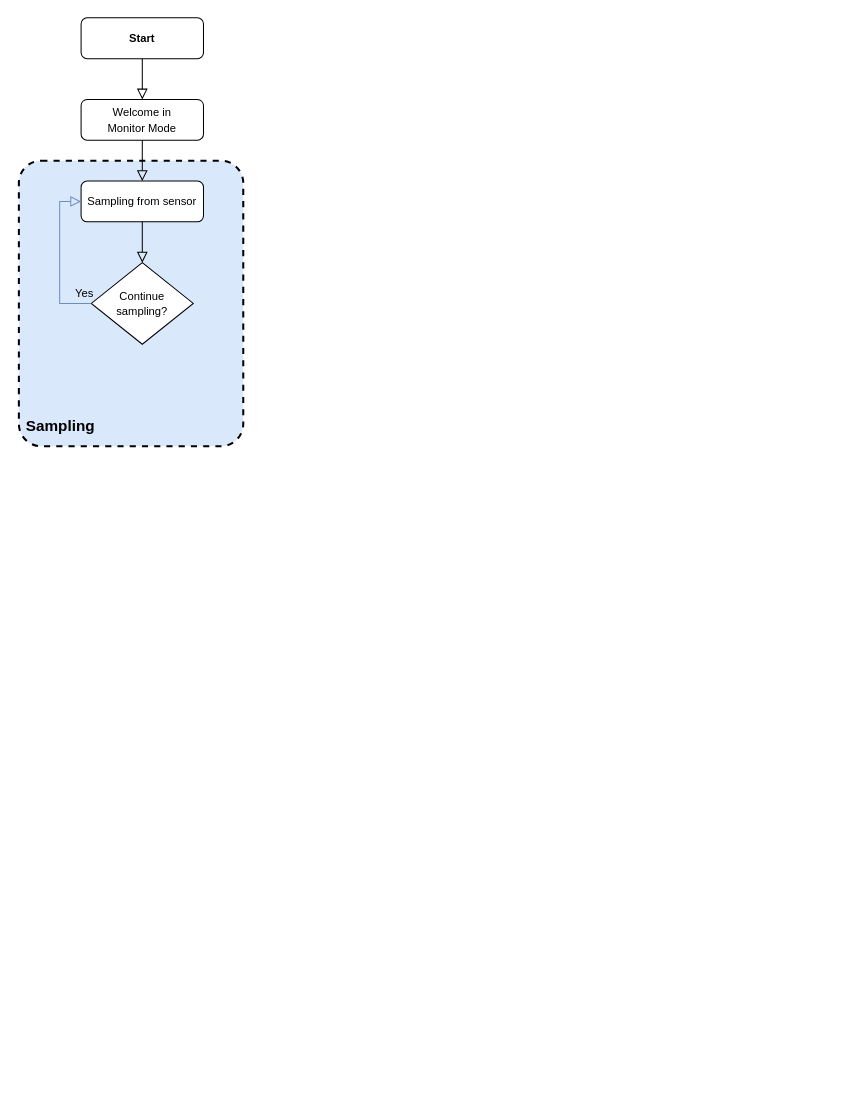
This is docs/monitor_mode_rules.drawio from francescoperagine/GreMaES, a draw.io file, before an edit. Source tidied: cells renumbered, new cells numbered last; positions are measured from the earlier drawing's top-left corner, leaving out a move shared by most shapes. Both pictures are drawn from the tidied source at 102%, with x=0, y=0 at pixel (18, 17).
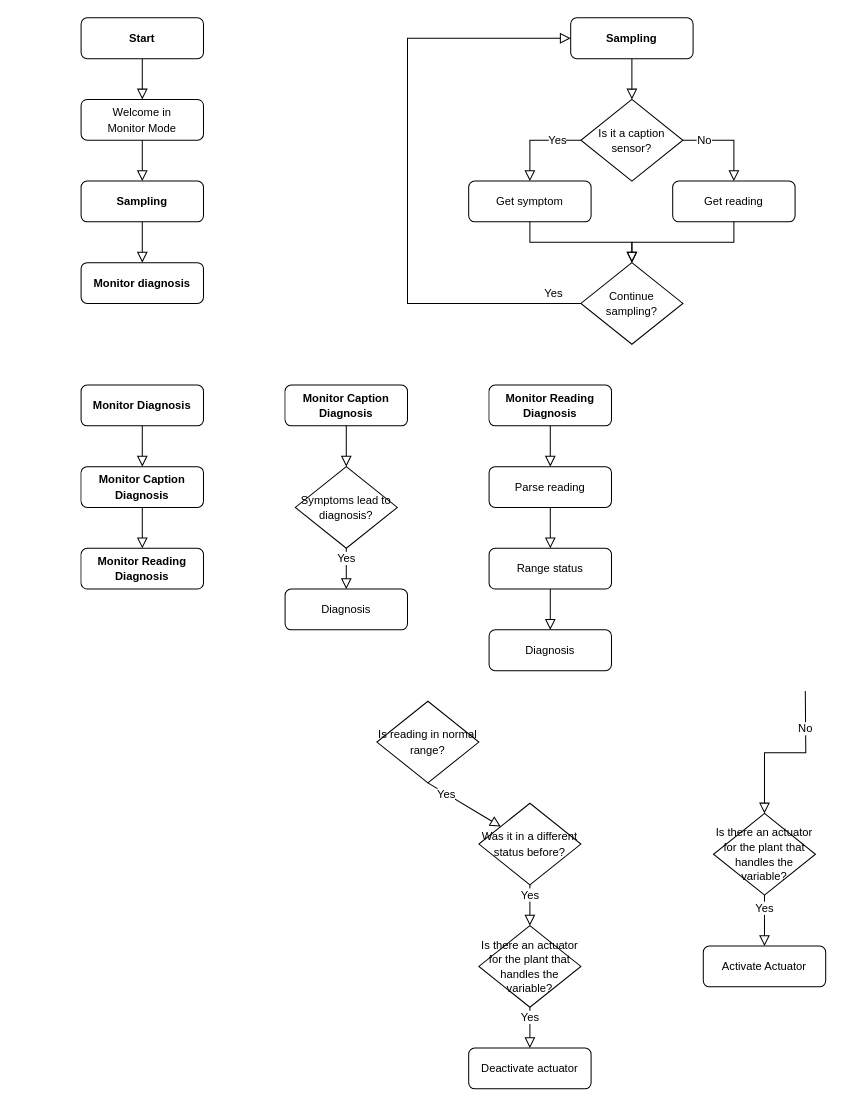
After the change.

Commit message (it also covers changes not shown here):
refactoring, fixed actuator bug.

Diff of the diagram source:
```diff
@@
-    <mxCell id="2" style="rounded=1;whiteSpace=wrap;dashed=1;fillColor=#dae8fc;arcSize=10;horizontal=1;verticalAlign=top;labelPosition=left;verticalLabelPosition=middle;align=right;html=1;fontSize=15;fontStyle=1;spacingLeft=0;spacingTop=0;spacing=0;spacingRight=-31;strokeColor=default;strokeWidth=2;" parent="1" vertex="1">
-      <mxGeometry y="140" width="220" height="280" as="geometry" />
-    </mxCell>
-    <mxCell id="3" value="&lt;span style=&quot;font-size: 11px;&quot;&gt;Sampling from sensor&lt;br&gt;&lt;/span&gt;" style="rounded=1;whiteSpace=wrap;html=1;fontSize=12;glass=0;strokeWidth=1;shadow=0;fontStyle=0;labelBackgroundColor=default;labelBorderColor=none;" parent="1" vertex="1">
+    <mxCell id="3" value="&lt;span style=&quot;font-size: 11px;&quot;&gt;Sampling&lt;br&gt;&lt;/span&gt;" style="rounded=1;whiteSpace=wrap;html=1;fontSize=12;glass=0;strokeWidth=1;shadow=0;fontStyle=1;labelBackgroundColor=default;labelBorderColor=none;" parent="1" vertex="1">
       <mxGeometry x="61" y="160" width="120" height="40" as="geometry" />
     </mxCell>
-    <mxCell id="4" style="rounded=0;html=1;jettySize=auto;fontSize=11;endArrow=block;endFill=0;endSize=8;strokeWidth=1;shadow=0;labelBackgroundColor=default;edgeStyle=orthogonalEdgeStyle;" parent="1" edge="1" source="3" target="5">
+    <mxCell id="4" style="rounded=0;html=1;jettySize=auto;fontSize=11;endArrow=block;endFill=0;endSize=8;strokeWidth=1;shadow=0;labelBackgroundColor=default;edgeStyle=orthogonalEdgeStyle;" parent="1" edge="1" source="3" target="18">
       <mxGeometry x="-0.33" relative="1" as="geometry" />
     </mxCell>
-    <mxCell id="5" value="&lt;span style=&quot;font-size: 11px;&quot;&gt;Continue&lt;br&gt;sampling?&lt;/span&gt;" style="rhombus;whiteSpace=wrap;html=1;" parent="1" vertex="1">
-      <mxGeometry x="71" y="240" width="100" height="80" as="geometry" />
-    </mxCell>
-    <mxCell id="6" value="Yes" style="rounded=0;html=1;jettySize=auto;fontSize=11;endArrow=block;endFill=0;endSize=8;strokeWidth=1;shadow=0;labelBackgroundColor=none;edgeStyle=elbowEdgeStyle;entryX=0;entryY=0.5;entryDx=0;entryDy=0;fillColor=#dae8fc;strokeColor=#6c8ebf;exitX=0;exitY=0.5;exitDx=0;exitDy=0;" parent="1" edge="1" source="5" target="3">
-      <mxGeometry x="-0.91" y="-10" relative="1" as="geometry">
-        <Array as="points">
-          <mxPoint x="40" y="270" />
-        </Array>
-      </mxGeometry>
-    </mxCell>
@@
-    <mxCell id="11" value="Sampling" style="text;html=1;strokeColor=none;fillColor=none;align=center;verticalAlign=middle;whiteSpace=wrap;rounded=0;dashed=1;strokeWidth=2;fontSize=15;fontColor=#000000;fontStyle=1;" parent="1" vertex="1">
-      <mxGeometry x="11" y="385" width="60" height="30" as="geometry" />
+    <mxCell id="11" value="&lt;span style=&quot;font-size: 11px;&quot;&gt;Sampling&lt;br&gt;&lt;/span&gt;" style="rounded=1;whiteSpace=wrap;html=1;fontSize=12;glass=0;strokeWidth=1;shadow=0;fontStyle=1;labelBackgroundColor=default;labelBorderColor=none;" parent="1" vertex="1">
+      <mxGeometry x="541" width="120" height="40" as="geometry" />
     </mxCell>
+    <mxCell id="12" value="&lt;span style=&quot;font-size: 11px;&quot;&gt;Is it a caption sensor?&lt;/span&gt;" style="rhombus;whiteSpace=wrap;html=1;" parent="1" vertex="1">
+      <mxGeometry x="551" y="80" width="100" height="80" as="geometry" />
+    </mxCell>
+    <mxCell id="13" style="rounded=0;html=1;jettySize=auto;fontSize=11;endArrow=block;endFill=0;endSize=8;strokeWidth=1;shadow=0;labelBackgroundColor=default;edgeStyle=orthogonalEdgeStyle;" parent="1" edge="1" source="11" target="12">
+      <mxGeometry x="-0.33" relative="1" as="geometry" />
+    </mxCell>
+    <mxCell id="14" value="Yes" style="rounded=0;html=1;jettySize=auto;fontSize=11;endArrow=block;endFill=0;endSize=8;strokeWidth=1;shadow=0;labelBackgroundColor=default;fillColor=#dae8fc;strokeColor=#000000;exitX=0;exitY=0.5;exitDx=0;exitDy=0;entryX=0.5;entryY=0;entryDx=0;entryDy=0;edgeStyle=orthogonalEdgeStyle;" parent="1" edge="1" source="12" target="16">
+      <mxGeometry x="-0.5" relative="1" as="geometry" />
+    </mxCell>
+    <mxCell id="15" value="No" style="rounded=0;html=1;jettySize=auto;fontSize=11;endArrow=block;endFill=0;endSize=8;strokeWidth=1;shadow=0;labelBackgroundColor=default;fillColor=#dae8fc;strokeColor=#000000;exitX=1;exitY=0.5;exitDx=0;exitDy=0;edgeStyle=orthogonalEdgeStyle;entryX=0.5;entryY=0;entryDx=0;entryDy=0;" parent="1" edge="1" source="12" target="17">
+      <mxGeometry x="-0.54" relative="1" as="geometry" />
+    </mxCell>
+    <mxCell id="16" value="&lt;span style=&quot;font-size: 11px;&quot;&gt;Get symptom&lt;br&gt;&lt;/span&gt;" style="rounded=1;whiteSpace=wrap;html=1;fontSize=12;glass=0;strokeWidth=1;shadow=0;fontStyle=0;labelBackgroundColor=default;labelBorderColor=none;" parent="1" vertex="1">
+      <mxGeometry x="441" y="160" width="120" height="40" as="geometry" />
+    </mxCell>
+    <mxCell id="17" value="&lt;span style=&quot;font-size: 11px;&quot;&gt;Get reading&lt;br&gt;&lt;/span&gt;" style="rounded=1;whiteSpace=wrap;html=1;fontSize=12;glass=0;strokeWidth=1;shadow=0;fontStyle=0;labelBackgroundColor=default;labelBorderColor=none;" parent="1" vertex="1">
+      <mxGeometry x="641" y="160" width="120" height="40" as="geometry" />
+    </mxCell>
+    <mxCell id="18" value="&lt;span style=&quot;font-size: 11px;&quot;&gt;Monitor diagnosis&lt;br&gt;&lt;/span&gt;" style="rounded=1;whiteSpace=wrap;html=1;fontSize=12;glass=0;strokeWidth=1;shadow=0;fontStyle=1;labelBackgroundColor=default;labelBorderColor=none;" parent="1" vertex="1">
+      <mxGeometry x="61" y="240" width="120" height="40" as="geometry" />
+    </mxCell>
+    <mxCell id="19" value="&lt;span style=&quot;font-size: 11px;&quot;&gt;Monitor&amp;nbsp;&lt;/span&gt;&lt;span style=&quot;font-size: 11px;&quot;&gt;Caption Diagnosis&lt;br&gt;&lt;/span&gt;" style="rounded=1;whiteSpace=wrap;html=1;fontSize=12;glass=0;strokeWidth=1;shadow=0;fontStyle=1;labelBackgroundColor=default;labelBorderColor=none;" parent="1" vertex="1">
+      <mxGeometry x="61" y="440" width="120" height="40" as="geometry" />
+    </mxCell>
+    <mxCell id="20" value="&lt;span style=&quot;font-size: 11px;&quot;&gt;Monitor&amp;nbsp;&lt;/span&gt;&lt;span style=&quot;font-size: 11px;&quot;&gt;Reading Diagnosis&lt;br&gt;&lt;/span&gt;" style="rounded=1;whiteSpace=wrap;html=1;fontSize=12;glass=0;strokeWidth=1;shadow=0;fontStyle=1;labelBackgroundColor=default;labelBorderColor=none;" parent="1" vertex="1">
+      <mxGeometry x="61" y="520" width="120" height="40" as="geometry" />
+    </mxCell>
+    <mxCell id="21" value="Yes" style="rounded=0;html=1;jettySize=auto;fontSize=11;endArrow=block;endFill=0;endSize=8;strokeWidth=1;shadow=0;labelBackgroundColor=none;edgeStyle=elbowEdgeStyle;fillColor=#dae8fc;strokeColor=#000000;entryX=0;entryY=0.5;entryDx=0;entryDy=0;exitX=0;exitY=0.5;exitDx=0;exitDy=0;" parent="1" edge="1" source="5" target="11">
+      <mxGeometry x="-0.91" y="-10" relative="1" as="geometry">
+        <Array as="points">
+          <mxPoint x="381" y="130" />
+        </Array>
+      </mxGeometry>
+    </mxCell>
+    <mxCell id="5" value="&lt;span style=&quot;font-size: 11px;&quot;&gt;Continue&lt;br&gt;sampling?&lt;/span&gt;" style="rhombus;whiteSpace=wrap;html=1;" parent="1" vertex="1">
+      <mxGeometry x="551" y="240" width="100" height="80" as="geometry" />
+    </mxCell>
+    <mxCell id="22" style="rounded=0;html=1;jettySize=auto;fontSize=11;endArrow=block;endFill=0;endSize=8;strokeWidth=1;shadow=0;labelBackgroundColor=none;edgeStyle=orthogonalEdgeStyle;exitX=0.5;exitY=1;exitDx=0;exitDy=0;entryX=0.5;entryY=0;entryDx=0;entryDy=0;" parent="1" edge="1" source="16" target="5">
+      <mxGeometry x="-0.67" y="9" relative="1" as="geometry" />
+    </mxCell>
+    <mxCell id="23" style="rounded=0;html=1;jettySize=auto;fontSize=11;endArrow=block;endFill=0;endSize=8;strokeWidth=1;shadow=0;labelBackgroundColor=none;edgeStyle=orthogonalEdgeStyle;exitX=0.5;exitY=1;exitDx=0;exitDy=0;" parent="1" edge="1" source="17" target="5">
+      <mxGeometry x="-0.67" y="9" relative="1" as="geometry" />
+    </mxCell>
+    <mxCell id="24" value="&lt;span style=&quot;font-size: 11px;&quot;&gt;Monitor Diagnosis&lt;br&gt;&lt;/span&gt;" style="rounded=1;whiteSpace=wrap;html=1;fontSize=12;glass=0;strokeWidth=1;shadow=0;fontStyle=1;labelBackgroundColor=default;labelBorderColor=none;" parent="1" vertex="1">
+      <mxGeometry x="61" y="360" width="120" height="40" as="geometry" />
+    </mxCell>
+    <mxCell id="25" style="rounded=0;html=1;jettySize=auto;fontSize=11;endArrow=block;endFill=0;endSize=8;strokeWidth=1;shadow=0;labelBackgroundColor=default;edgeStyle=orthogonalEdgeStyle;entryX=0.5;entryY=0;entryDx=0;entryDy=0;exitX=0.5;exitY=1;exitDx=0;exitDy=0;" parent="1" edge="1" source="24" target="19">
+      <mxGeometry x="-0.33" relative="1" as="geometry" />
+    </mxCell>
+    <mxCell id="26" style="rounded=0;html=1;jettySize=auto;fontSize=11;endArrow=block;endFill=0;endSize=8;strokeWidth=1;shadow=0;labelBackgroundColor=default;edgeStyle=orthogonalEdgeStyle;entryX=0.5;entryY=0;entryDx=0;entryDy=0;exitX=0.5;exitY=1;exitDx=0;exitDy=0;" parent="1" edge="1" source="19" target="20">
+      <mxGeometry x="-0.33" relative="1" as="geometry" />
+    </mxCell>
+    <mxCell id="27" value="&lt;span style=&quot;font-size: 11px;&quot;&gt;Monitor Caption Diagnosis&lt;br&gt;&lt;/span&gt;" style="rounded=1;whiteSpace=wrap;html=1;fontSize=12;glass=0;strokeWidth=1;shadow=0;fontStyle=1;labelBackgroundColor=default;labelBorderColor=none;" parent="1" vertex="1">
+      <mxGeometry x="261" y="360" width="120" height="40" as="geometry" />
+    </mxCell>
+    <mxCell id="28" value="&lt;span style=&quot;font-size: 11px;&quot;&gt;Diagnosis&lt;br&gt;&lt;/span&gt;" style="rounded=1;whiteSpace=wrap;html=1;fontSize=12;glass=0;strokeWidth=1;shadow=0;fontStyle=0;labelBackgroundColor=default;labelBorderColor=none;" parent="1" vertex="1">
+      <mxGeometry x="261" y="560" width="120" height="40" as="geometry" />
+    </mxCell>
+    <mxCell id="29" value="&lt;span style=&quot;font-size: 11px;&quot;&gt;Symptoms lead to diagnosis?&lt;/span&gt;" style="rhombus;whiteSpace=wrap;html=1;" parent="1" vertex="1">
+      <mxGeometry x="271" y="440" width="100" height="80" as="geometry" />
+    </mxCell>
+    <mxCell id="30" style="rounded=0;html=1;jettySize=auto;fontSize=11;endArrow=block;endFill=0;endSize=8;strokeWidth=1;shadow=0;labelBackgroundColor=default;edgeStyle=orthogonalEdgeStyle;exitX=0.5;exitY=1;exitDx=0;exitDy=0;" parent="1" edge="1" source="27" target="29">
+      <mxGeometry x="-0.33" relative="1" as="geometry" />
+    </mxCell>
+    <mxCell id="31" value="Yes" style="rounded=0;html=1;jettySize=auto;fontSize=11;endArrow=block;endFill=0;endSize=8;strokeWidth=1;shadow=0;labelBackgroundColor=default;fillColor=#dae8fc;strokeColor=#000000;exitX=0.5;exitY=1;exitDx=0;exitDy=0;" parent="1" edge="1" source="29" target="28">
+      <mxGeometry x="-0.5" relative="1" as="geometry" />
+    </mxCell>
+    <mxCell id="32" value="&lt;span style=&quot;font-size: 11px;&quot;&gt;Monitor Reading Diagnosis&lt;br&gt;&lt;/span&gt;" style="rounded=1;whiteSpace=wrap;html=1;fontSize=12;glass=0;strokeWidth=1;shadow=0;fontStyle=1;labelBackgroundColor=default;labelBorderColor=none;" parent="1" vertex="1">
+      <mxGeometry x="461" y="360" width="120" height="40" as="geometry" />
+    </mxCell>
+    <mxCell id="33" value="&lt;span style=&quot;font-size: 11px;&quot;&gt;Parse reading&lt;br&gt;&lt;/span&gt;" style="rounded=1;whiteSpace=wrap;html=1;fontSize=12;glass=0;strokeWidth=1;shadow=0;fontStyle=0;labelBackgroundColor=default;labelBorderColor=none;" parent="1" vertex="1">
+      <mxGeometry x="461" y="440" width="120" height="40" as="geometry" />
+    </mxCell>
+    <mxCell id="34" value="&lt;span style=&quot;font-size: 11px;&quot;&gt;Is reading in normal range?&lt;/span&gt;" style="rhombus;whiteSpace=wrap;html=1;" parent="1" vertex="1">
+      <mxGeometry x="351" y="670" width="100" height="80" as="geometry" />
+    </mxCell>
+    <mxCell id="35" style="rounded=0;html=1;jettySize=auto;fontSize=11;endArrow=block;endFill=0;endSize=8;strokeWidth=1;shadow=0;labelBackgroundColor=default;edgeStyle=orthogonalEdgeStyle;exitX=0.5;exitY=1;exitDx=0;exitDy=0;" parent="1" edge="1" source="32" target="33">
+      <mxGeometry x="-0.33" relative="1" as="geometry" />
+    </mxCell>
+    <mxCell id="36" value="No" style="rounded=0;html=1;jettySize=auto;fontSize=11;endArrow=block;endFill=0;endSize=8;strokeWidth=1;shadow=0;labelBackgroundColor=default;fillColor=#dae8fc;strokeColor=#000000;edgeStyle=orthogonalEdgeStyle;entryX=0.5;entryY=0;entryDx=0;entryDy=0;" parent="1" edge="1" target="37">
+      <mxGeometry x="-0.54" relative="1" as="geometry">
+        <mxPoint x="771" y="660" as="sourcePoint" />
+      </mxGeometry>
+    </mxCell>
+    <mxCell id="37" value="&lt;span style=&quot;font-size: 11px;&quot;&gt;Is there an actuator for the plant that handles the variable?&lt;/span&gt;" style="rhombus;whiteSpace=wrap;html=1;" parent="1" vertex="1">
+      <mxGeometry x="681" y="780" width="100" height="80" as="geometry" />
+    </mxCell>
+    <mxCell id="38" value="Yes" style="rounded=0;html=1;jettySize=auto;fontSize=11;endArrow=block;endFill=0;endSize=8;strokeWidth=1;shadow=0;labelBackgroundColor=default;fillColor=#dae8fc;strokeColor=#000000;exitX=0.5;exitY=1;exitDx=0;exitDy=0;" parent="1" edge="1" source="37" target="39">
+      <mxGeometry x="-0.5" relative="1" as="geometry" />
+    </mxCell>
+    <mxCell id="39" value="&lt;span style=&quot;font-size: 11px;&quot;&gt;Activate Actuator&lt;br&gt;&lt;/span&gt;" style="rounded=1;whiteSpace=wrap;html=1;fontSize=12;glass=0;strokeWidth=1;shadow=0;fontStyle=0;labelBackgroundColor=default;labelBorderColor=none;" parent="1" vertex="1">
+      <mxGeometry x="671" y="910" width="120" height="40" as="geometry" />
+    </mxCell>
+    <mxCell id="40" value="&lt;span style=&quot;font-size: 11px;&quot;&gt;Was it in a different status before?&lt;/span&gt;" style="rhombus;whiteSpace=wrap;html=1;" parent="1" vertex="1">
+      <mxGeometry x="451" y="770" width="100" height="80" as="geometry" />
+    </mxCell>
+    <mxCell id="41" value="Yes" style="rounded=0;html=1;jettySize=auto;fontSize=11;endArrow=block;endFill=0;endSize=8;strokeWidth=1;shadow=0;labelBackgroundColor=default;fillColor=#dae8fc;strokeColor=#000000;exitX=0.5;exitY=1;exitDx=0;exitDy=0;" parent="1" edge="1" source="34" target="40">
+      <mxGeometry x="-0.5" relative="1" as="geometry" />
+    </mxCell>
+    <mxCell id="42" value="Yes" style="rounded=0;html=1;jettySize=auto;fontSize=11;endArrow=block;endFill=0;endSize=8;strokeWidth=1;shadow=0;labelBackgroundColor=default;fillColor=#dae8fc;strokeColor=#000000;exitX=0.5;exitY=1;exitDx=0;exitDy=0;entryX=0.5;entryY=0;entryDx=0;entryDy=0;" parent="1" edge="1" source="40" target="44">
+      <mxGeometry x="-0.5" relative="1" as="geometry" />
+    </mxCell>
+    <mxCell id="43" value="&lt;span style=&quot;font-size: 11px;&quot;&gt;Deactivate actuator&lt;br&gt;&lt;/span&gt;" style="rounded=1;whiteSpace=wrap;html=1;fontSize=12;glass=0;strokeWidth=1;shadow=0;fontStyle=0;labelBackgroundColor=default;labelBorderColor=none;" parent="1" vertex="1">
+      <mxGeometry x="441" y="1010" width="120" height="40" as="geometry" />
+    </mxCell>
+    <mxCell id="44" value="&lt;span style=&quot;font-size: 11px;&quot;&gt;Is there an actuator for the plant that handles the variable?&lt;/span&gt;" style="rhombus;whiteSpace=wrap;html=1;" parent="1" vertex="1">
+      <mxGeometry x="451" y="890" width="100" height="80" as="geometry" />
+    </mxCell>
+    <mxCell id="45" value="Yes" style="rounded=0;html=1;jettySize=auto;fontSize=11;endArrow=block;endFill=0;endSize=8;strokeWidth=1;shadow=0;labelBackgroundColor=default;fillColor=#dae8fc;strokeColor=#000000;exitX=0.5;exitY=1;exitDx=0;exitDy=0;" parent="1" edge="1" source="44" target="43">
+      <mxGeometry x="-0.5" relative="1" as="geometry" />
+    </mxCell>
+    <mxCell id="46" value="&lt;span style=&quot;font-size: 11px;&quot;&gt;Range status&lt;br&gt;&lt;/span&gt;" style="rounded=1;whiteSpace=wrap;html=1;fontSize=12;glass=0;strokeWidth=1;shadow=0;fontStyle=0;labelBackgroundColor=default;labelBorderColor=none;" parent="1" vertex="1">
+      <mxGeometry x="461" y="520" width="120" height="40" as="geometry" />
+    </mxCell>
+    <mxCell id="47" value="&lt;span style=&quot;font-size: 11px;&quot;&gt;Diagnosis&lt;br&gt;&lt;/span&gt;" style="rounded=1;whiteSpace=wrap;html=1;fontSize=12;glass=0;strokeWidth=1;shadow=0;fontStyle=0;labelBackgroundColor=default;labelBorderColor=none;" parent="1" vertex="1">
+      <mxGeometry x="461" y="600" width="120" height="40" as="geometry" />
+    </mxCell>
+    <mxCell id="48" style="rounded=0;html=1;jettySize=auto;fontSize=11;endArrow=block;endFill=0;endSize=8;strokeWidth=1;shadow=0;labelBackgroundColor=default;edgeStyle=orthogonalEdgeStyle;entryX=0.5;entryY=0;entryDx=0;entryDy=0;" parent="1" edge="1" source="33" target="46">
+      <mxGeometry x="-0.33" relative="1" as="geometry" />
+    </mxCell>
+    <mxCell id="49" style="rounded=0;html=1;jettySize=auto;fontSize=11;endArrow=block;endFill=0;endSize=8;strokeWidth=1;shadow=0;labelBackgroundColor=default;edgeStyle=orthogonalEdgeStyle;" parent="1" edge="1" source="46" target="47">
+      <mxGeometry x="-0.33" relative="1" as="geometry" />
+    </mxCell>
```
